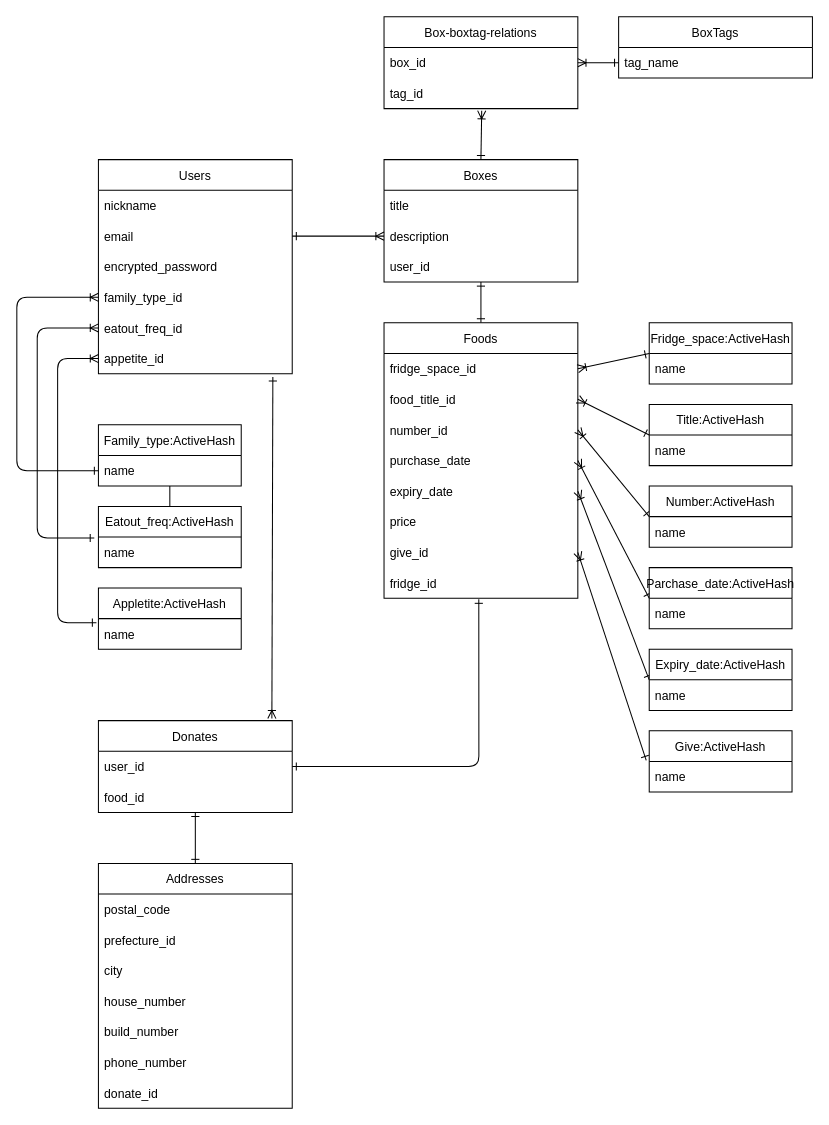
izureco/fridge keeps this draw.io diagram as ER.dio. Above is the earlier version. Source tidied: cells renumbered, new cells numbered last; positions are measured from the earlier drawing's top-left corner, leaving out a move shared by most shapes. Both pictures are drawn from the tidied source at 102%, with x=0, y=0 at pixel (16, 16).
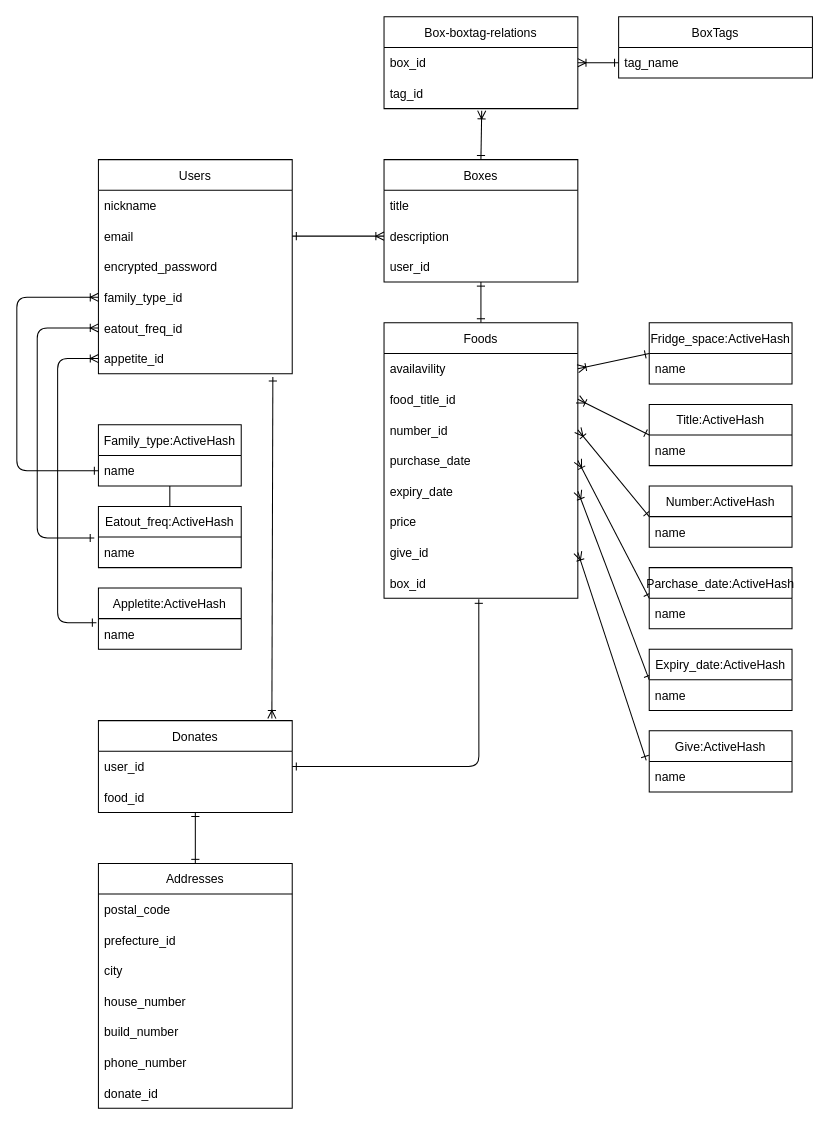
The same diagram, later.

The change refers to these unchanged cells:
```xml
<mxCell id="15" value="Foods" style="swimlane;fontStyle=0;horizontal=1;startSize=30;" parent="1" vertex="1">
  <mxGeometry x="360" y="300" width="190" height="270" as="geometry" />
</mxCell>
```

Diff of the diagram source:
```diff
@@
-    <mxCell id="16" value="fridge_space_id" style="text;strokeColor=none;fillColor=none;align=left;verticalAlign=middle;spacingLeft=4;spacingRight=4;overflow=hidden;points=[[0,0.5],[1,0.5]];portConstraint=eastwest;" parent="15" vertex="1">
+    <mxCell id="16" value="availavility" style="text;strokeColor=none;fillColor=none;align=left;verticalAlign=middle;spacingLeft=4;spacingRight=4;overflow=hidden;points=[[0,0.5],[1,0.5]];portConstraint=eastwest;" parent="15" vertex="1">
       <mxGeometry y="30" width="190" height="30" as="geometry" />
     </mxCell>
@@
-    <mxCell id="23" value="fridge_id" style="text;strokeColor=none;fillColor=none;align=left;verticalAlign=middle;spacingLeft=4;spacingRight=4;overflow=hidden;points=[[0,0.5],[1,0.5]];portConstraint=eastwest;" parent="15" vertex="1">
+    <mxCell id="23" value="box_id" style="text;strokeColor=none;fillColor=none;align=left;verticalAlign=middle;spacingLeft=4;spacingRight=4;overflow=hidden;points=[[0,0.5],[1,0.5]];portConstraint=eastwest;" parent="15" vertex="1">
       <mxGeometry y="240" width="190" height="30" as="geometry" />
     </mxCell>
```
